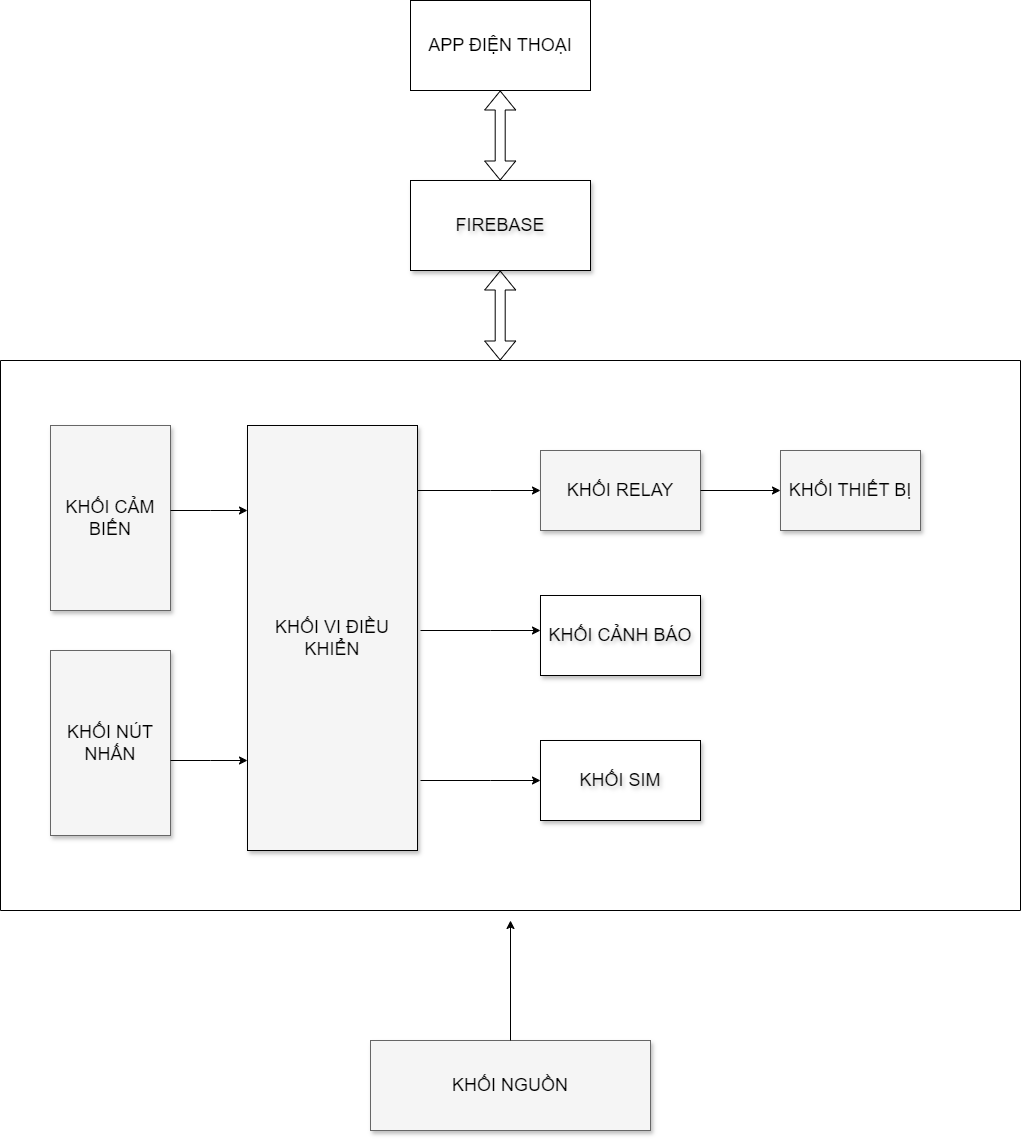
This is block_diagram/Block_Diagram.drawio.png from imvietp/Final_Thesis, a draw.io export, as it was before one commit. Source tidied: cells renumbered, new cells last; positions are measured from the earlier drawing's top-left corner, leaving out a move shared by most shapes.
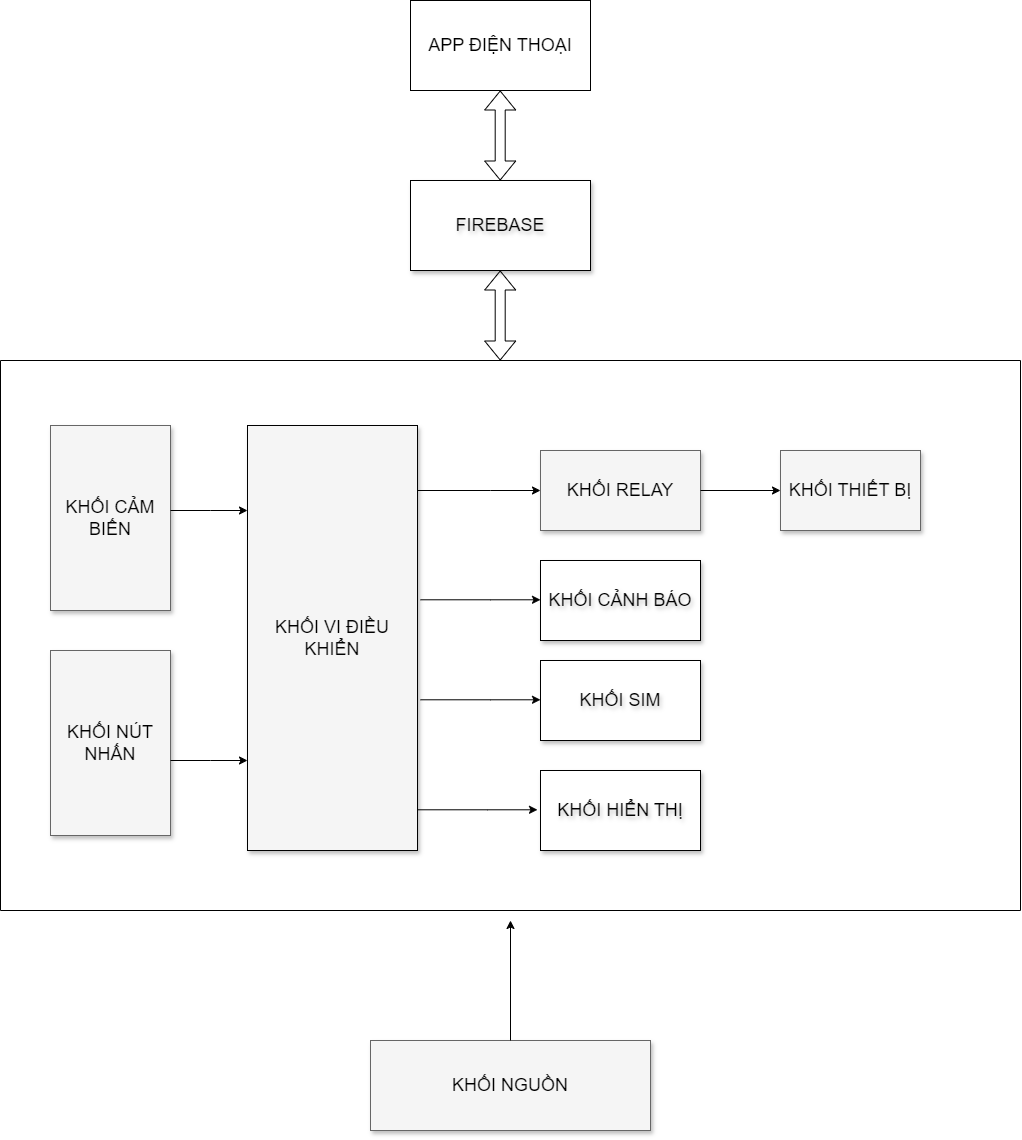
Later version of the same file.

The edit, as a diff of the source:
```diff
@@ -24,17 +24,17 @@
       <mxGeometry relative="1" as="geometry" />
     </mxCell>
     <mxCell id="9" value="&lt;font style=&quot;font-size: 18px;&quot;&gt;KHỐI CẢNH BÁO&lt;/font&gt;" style="rounded=0;whiteSpace=wrap;html=1;shadow=1;textShadow=1;strokeColor=default;" parent="5" vertex="1">
-      <mxGeometry x="540" y="235" width="160" height="80" as="geometry" />
+      <mxGeometry x="540" y="200" width="160" height="80" as="geometry" />
     </mxCell>
     <mxCell id="10" value="&lt;span style=&quot;font-size: 18px;&quot;&gt;KHỐI SIM&lt;/span&gt;" style="rounded=0;whiteSpace=wrap;html=1;shadow=1;textShadow=1;" parent="5" vertex="1">
-      <mxGeometry x="540" y="380" width="160" height="80" as="geometry" />
+      <mxGeometry x="540" y="300" width="160" height="80" as="geometry" />
     </mxCell>
     <mxCell id="11" style="edgeStyle=elbowEdgeStyle;rounded=0;html=1;startArrow=none;startFill=0;jettySize=auto;orthogonalLoop=1;fontSize=18;elbow=vertical;" parent="5" edge="1">
       <mxGeometry relative="1" as="geometry">
-        <mxPoint x="420" y="420" as="sourcePoint" />
-        <mxPoint x="540" y="420" as="targetPoint" />
+        <mxPoint x="420" y="339.3" as="sourcePoint" />
+        <mxPoint x="540" y="339.3" as="targetPoint" />
         <Array as="points">
-          <mxPoint x="490" y="420" />
+          <mxPoint x="490" y="339.3" />
         </Array>
       </mxGeometry>
     </mxCell>
@@ -65,10 +65,10 @@
     </mxCell>
     <mxCell id="17" style="edgeStyle=elbowEdgeStyle;rounded=0;html=1;startArrow=none;startFill=0;jettySize=auto;orthogonalLoop=1;fontSize=18;elbow=vertical;" parent="5" edge="1">
       <mxGeometry relative="1" as="geometry">
-        <mxPoint x="420" y="270" as="sourcePoint" />
-        <mxPoint x="540" y="270" as="targetPoint" />
+        <mxPoint x="420" y="239.3" as="sourcePoint" />
+        <mxPoint x="540" y="239.3" as="targetPoint" />
         <Array as="points">
-          <mxPoint x="490" y="270" />
+          <mxPoint x="490" y="239.3" />
         </Array>
       </mxGeometry>
     </mxCell>
@@ -84,6 +84,18 @@
         </Array>
       </mxGeometry>
     </mxCell>
+    <mxCell id="23" value="&lt;span style=&quot;font-size: 18px;&quot;&gt;KHỐI HIỂN THỊ&lt;/span&gt;" style="rounded=0;whiteSpace=wrap;html=1;shadow=1;textShadow=1;" parent="5" vertex="1">
+      <mxGeometry x="540" y="410" width="160" height="80" as="geometry" />
+    </mxCell>
+    <mxCell id="24" style="edgeStyle=elbowEdgeStyle;rounded=0;html=1;startArrow=none;startFill=0;jettySize=auto;orthogonalLoop=1;fontSize=18;elbow=vertical;" parent="5" edge="1">
+      <mxGeometry relative="1" as="geometry">
+        <mxPoint x="417" y="449.3" as="sourcePoint" />
+        <mxPoint x="537" y="449.3" as="targetPoint" />
+        <Array as="points">
+          <mxPoint x="487" y="449.3" />
+        </Array>
+      </mxGeometry>
+    </mxCell>
     <mxCell id="20" style="endArrow=classic;html=1;rounded=0;exitX=0.5;exitY=0;exitDx=0;exitDy=0;" parent="1" edge="1" source="2">
       <mxGeometry relative="1" as="geometry">
         <mxPoint x="510" y="920" as="targetPoint" />
```
